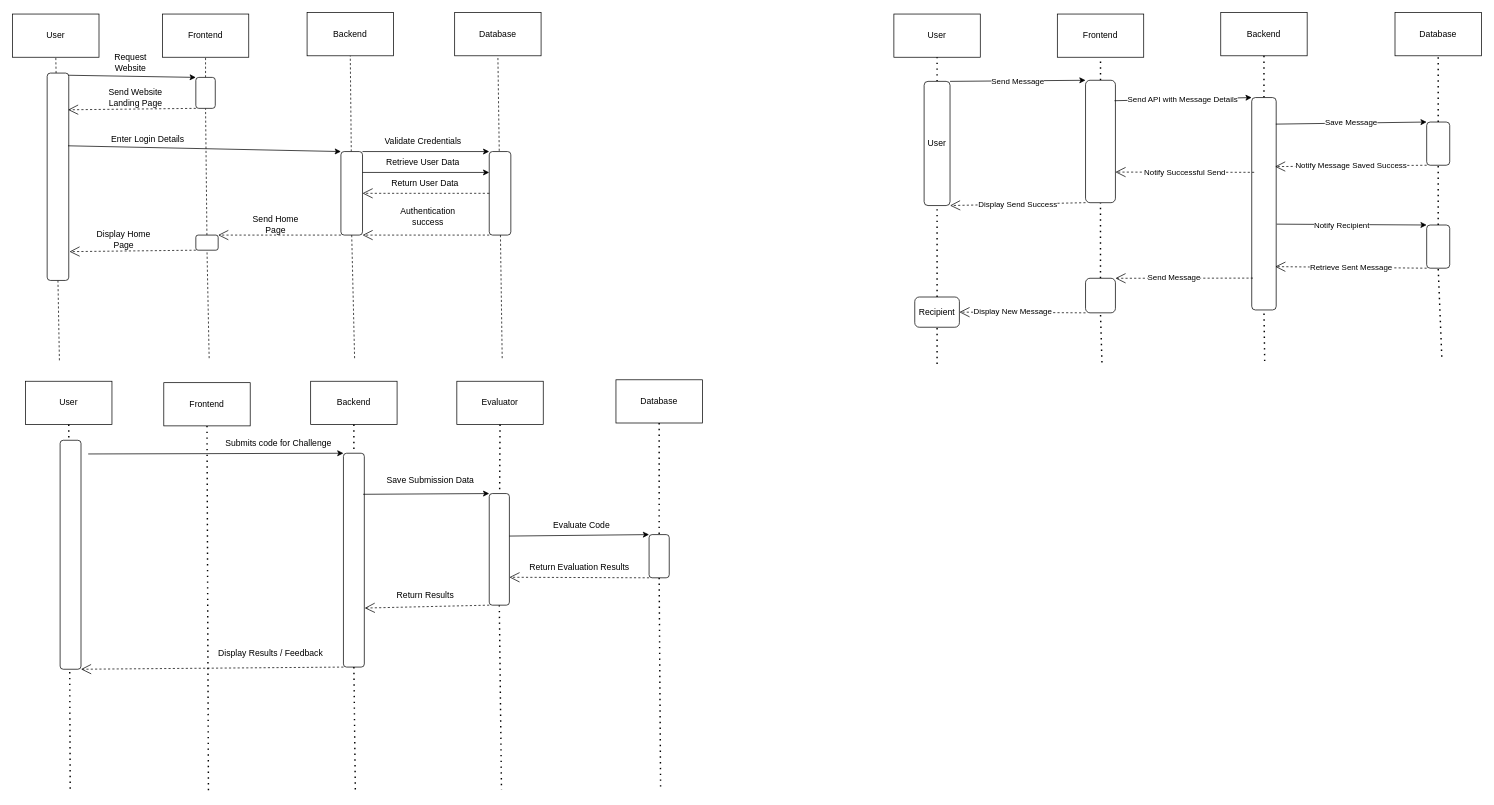
Above: Diagrams/Untitled Diagram.drawio in rayesalnasra/code-golf (draw.io), before the change. Source tidied: cells renumbered, new cells numbered last; positions are measured from the earlier drawing's top-left corner, leaving out a move shared by most shapes. Both pictures are drawn from the tidied source at 72%, with x=0, y=0 at pixel (12, 12).
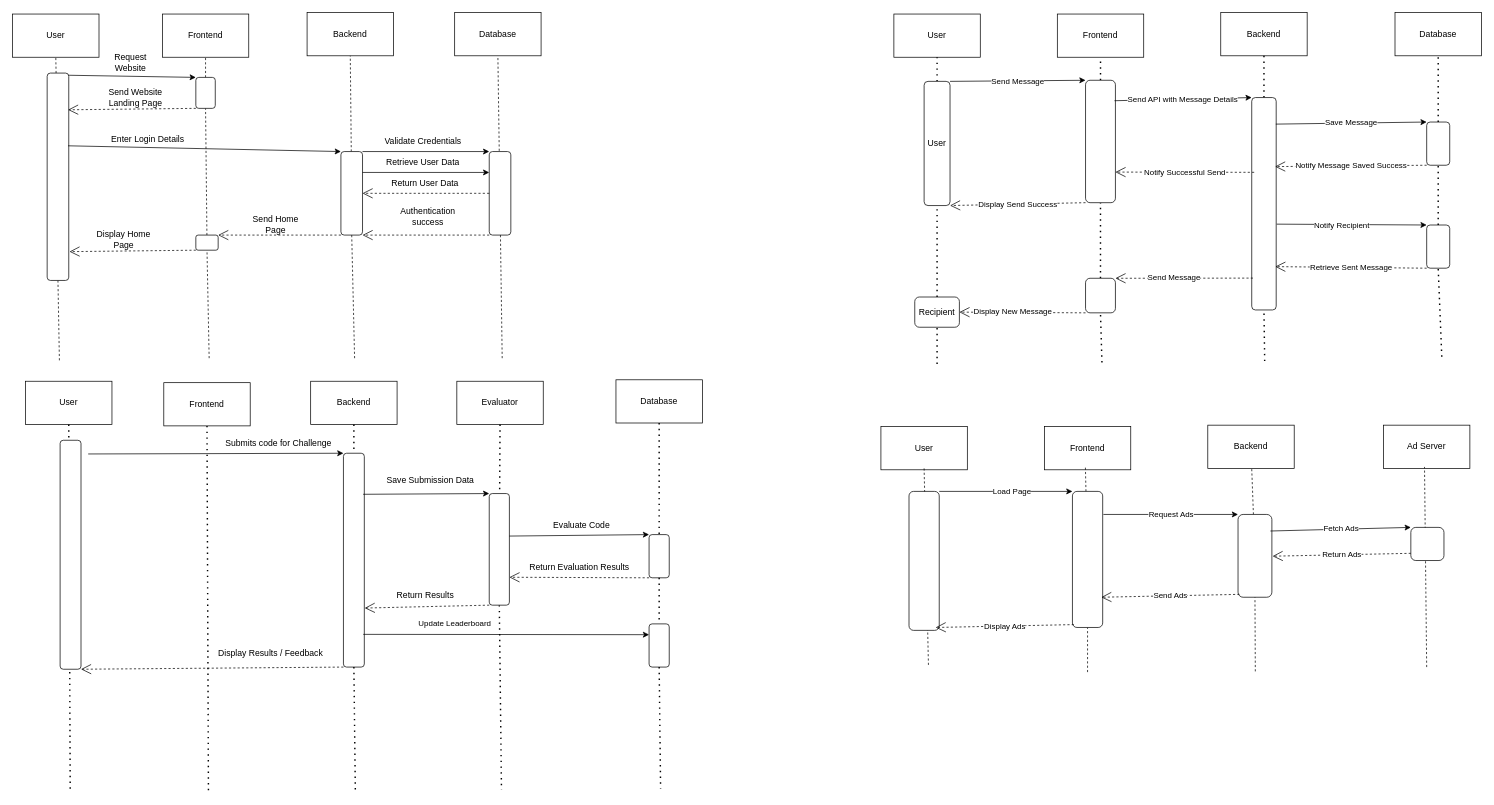
The same diagram, later.

Unchanged cells that the change refers to:
```xml
<mxCell id="44" style="rounded=1;whiteSpace=wrap;html=1;" parent="1" vertex="1">
  <mxGeometry x="459.5" y="612" width="29" height="297" as="geometry" />
</mxCell>
<mxCell id="55" style="rounded=1;whiteSpace=wrap;html=1;" parent="1" vertex="1">
  <mxGeometry x="884" y="725" width="28" height="60" as="geometry" />
</mxCell>
```

Change to the diagram source:
```diff
@@
-    <mxCell id="41" style="endArrow=none;dashed=1;html=1;dashPattern=1 3;strokeWidth=2;rounded=0;exitX=0.5;exitY=1;exitDx=0;exitDy=0;" parent="1" edge="1" source="55">
+    <mxCell id="41" style="endArrow=none;dashed=1;html=1;dashPattern=1 3;strokeWidth=2;rounded=0;exitX=0.5;exitY=1;exitDx=0;exitDy=0;" parent="1" edge="1" source="121">
       <mxGeometry relative="1" as="geometry">
         <mxPoint x="900" y="1077.5" as="targetPoint" />
       </mxGeometry>
     </mxCell>
@@
+    <mxCell id="99" value="User" style="rounded=0;whiteSpace=wrap;html=1;" parent="1" vertex="1">
+      <mxGeometry x="1206" y="575" width="120" height="60" as="geometry" />
+    </mxCell>
+    <mxCell id="100" value="Frontend" style="rounded=0;whiteSpace=wrap;html=1;" parent="1" vertex="1">
+      <mxGeometry x="1433" y="575" width="120" height="60" as="geometry" />
+    </mxCell>
+    <mxCell id="101" value="Backend" style="rounded=0;whiteSpace=wrap;html=1;" parent="1" vertex="1">
+      <mxGeometry x="1660" y="573" width="120" height="60" as="geometry" />
+    </mxCell>
+    <mxCell id="102" value="Ad Server" style="rounded=0;whiteSpace=wrap;html=1;" parent="1" vertex="1">
+      <mxGeometry x="1904" y="573" width="120" height="60" as="geometry" />
+    </mxCell>
+    <mxCell id="103" style="endArrow=none;dashed=1;html=1;rounded=0;entryX=0.5;entryY=1;entryDx=0;entryDy=0;" parent="1" edge="1">
+      <mxGeometry relative="1" as="geometry">
+        <mxPoint x="1272" y="906" as="sourcePoint" />
+        <mxPoint x="1266" y="633" as="targetPoint" />
+      </mxGeometry>
+    </mxCell>
+    <mxCell id="104" style="endArrow=none;dashed=1;html=1;rounded=0;entryX=0.5;entryY=1;entryDx=0;entryDy=0;" parent="1" edge="1" source="109">
+      <mxGeometry relative="1" as="geometry">
+        <mxPoint x="1490" y="631" as="targetPoint" />
+      </mxGeometry>
+    </mxCell>
+    <mxCell id="105" style="endArrow=none;dashed=1;html=1;rounded=0;entryX=0.5;entryY=1;entryDx=0;entryDy=0;" parent="1" edge="1" source="113">
+      <mxGeometry relative="1" as="geometry">
+        <mxPoint x="1721" y="633" as="targetPoint" />
+      </mxGeometry>
+    </mxCell>
+    <mxCell id="106" style="endArrow=none;dashed=1;html=1;rounded=0;entryX=0.5;entryY=1;entryDx=0;entryDy=0;" parent="1" edge="1">
+      <mxGeometry relative="1" as="geometry">
+        <mxPoint x="1964" y="909" as="sourcePoint" />
+        <mxPoint x="1961" y="631" as="targetPoint" />
+      </mxGeometry>
+    </mxCell>
+    <mxCell id="107" style="rounded=1;whiteSpace=wrap;html=1;" parent="1" vertex="1">
+      <mxGeometry x="1245" y="665" width="42" height="193" as="geometry" />
+    </mxCell>
+    <mxCell id="108" style="endArrow=none;dashed=1;html=1;rounded=0;entryX=0.5;entryY=1;entryDx=0;entryDy=0;" parent="1" edge="1" target="109">
+      <mxGeometry relative="1" as="geometry">
+        <mxPoint x="1493" y="916" as="sourcePoint" />
+      </mxGeometry>
+    </mxCell>
+    <mxCell id="109" style="rounded=1;whiteSpace=wrap;html=1;" parent="1" vertex="1">
+      <mxGeometry x="1472" y="665" width="42" height="189" as="geometry" />
+    </mxCell>
+    <mxCell id="110" style="endArrow=classic;html=1;rounded=0;exitX=1;exitY=0;exitDx=0;exitDy=0;entryX=0;entryY=0;entryDx=0;entryDy=0;" parent="1" edge="1" source="107" target="109">
+      <mxGeometry relative="1" as="geometry" />
+    </mxCell>
+    <mxCell id="111" value="Load Page" style="edgeLabel;html=1;align=center;verticalAlign=middle;" parent="110" vertex="1">
+      <mxGeometry x="0.08" y="1" relative="1" as="geometry" />
+    </mxCell>
+    <mxCell id="112" style="endArrow=none;dashed=1;html=1;rounded=0;entryX=0.5;entryY=1;entryDx=0;entryDy=0;" parent="1" edge="1" target="113">
+      <mxGeometry relative="1" as="geometry">
+        <mxPoint x="1726" y="915" as="sourcePoint" />
+      </mxGeometry>
+    </mxCell>
+    <mxCell id="113" style="rounded=1;whiteSpace=wrap;html=1;" parent="1" vertex="1">
+      <mxGeometry x="1702" y="697" width="47" height="115" as="geometry" />
+    </mxCell>
+    <mxCell id="114" value="Request Ads" style="endArrow=classic;html=1;rounded=0;entryX=0;entryY=0;entryDx=0;entryDy=0;" parent="1" edge="1" target="113">
+      <mxGeometry relative="1" as="geometry">
+        <mxPoint x="1515" y="697" as="sourcePoint" />
+      </mxGeometry>
+    </mxCell>
+    <mxCell id="115" style="rounded=1;whiteSpace=wrap;html=1;" parent="1" vertex="1">
+      <mxGeometry x="1942" y="715" width="46" height="46" as="geometry" />
+    </mxCell>
+    <mxCell id="116" value="Fetch Ads" style="endArrow=classic;html=1;rounded=0;exitX=1.032;exitY=0.09;exitDx=0;exitDy=0;exitPerimeter=0;entryX=0;entryY=0;entryDx=0;entryDy=0;" parent="1" edge="1" target="115">
+      <mxGeometry relative="1" as="geometry">
+        <mxPoint x="1747" y="720" as="sourcePoint" />
+      </mxGeometry>
+    </mxCell>
+    <mxCell id="117" value="Return Ads" style="endArrow=open;endSize=12;dashed=1;html=1;rounded=0;exitX=0;exitY=1;exitDx=0;exitDy=0;" parent="1" edge="1">
+      <mxGeometry relative="1" as="geometry">
+        <mxPoint x="1942" y="751" as="sourcePoint" />
+        <mxPoint x="1750" y="755" as="targetPoint" />
+      </mxGeometry>
+    </mxCell>
+    <mxCell id="118" value="Send Ads" style="endArrow=open;endSize=12;dashed=1;html=1;rounded=0;exitX=0;exitY=1;exitDx=0;exitDy=0;" parent="1" edge="1">
+      <mxGeometry relative="1" as="geometry">
+        <mxPoint x="1704" y="808" as="sourcePoint" />
+        <mxPoint x="1512" y="812" as="targetPoint" />
+      </mxGeometry>
+    </mxCell>
+    <mxCell id="119" value="Display Ads" style="endArrow=open;endSize=12;dashed=1;html=1;rounded=0;exitX=0;exitY=1;exitDx=0;exitDy=0;" parent="1" edge="1">
+      <mxGeometry relative="1" as="geometry">
+        <mxPoint x="1474" y="850" as="sourcePoint" />
+        <mxPoint x="1282" y="854" as="targetPoint" />
+      </mxGeometry>
+    </mxCell>
+    <mxCell id="120" style="endArrow=none;dashed=1;html=1;dashPattern=1 3;strokeWidth=2;rounded=0;exitX=0.5;exitY=1;exitDx=0;exitDy=0;" parent="1" edge="1" source="55" target="121">
+      <mxGeometry relative="1" as="geometry" />
+    </mxCell>
+    <mxCell id="121" style="rounded=1;whiteSpace=wrap;html=1;" parent="1" vertex="1">
+      <mxGeometry x="884" y="849" width="28" height="60" as="geometry" />
+    </mxCell>
+    <mxCell id="122" style="endArrow=classic;html=1;rounded=0;exitX=0.948;exitY=0.847;exitDx=0;exitDy=0;entryX=0;entryY=0.25;entryDx=0;entryDy=0;exitPerimeter=0;" parent="1" edge="1" source="44" target="121">
+      <mxGeometry relative="1" as="geometry" />
+    </mxCell>
+    <mxCell id="123" value="Update Leaderboard" style="edgeLabel;html=1;align=center;verticalAlign=middle;" parent="122" vertex="1">
+      <mxGeometry x="-0.41" y="2" relative="1" as="geometry">
+        <mxPoint x="10" y="-13" as="offset" />
+      </mxGeometry>
+    </mxCell>
```
